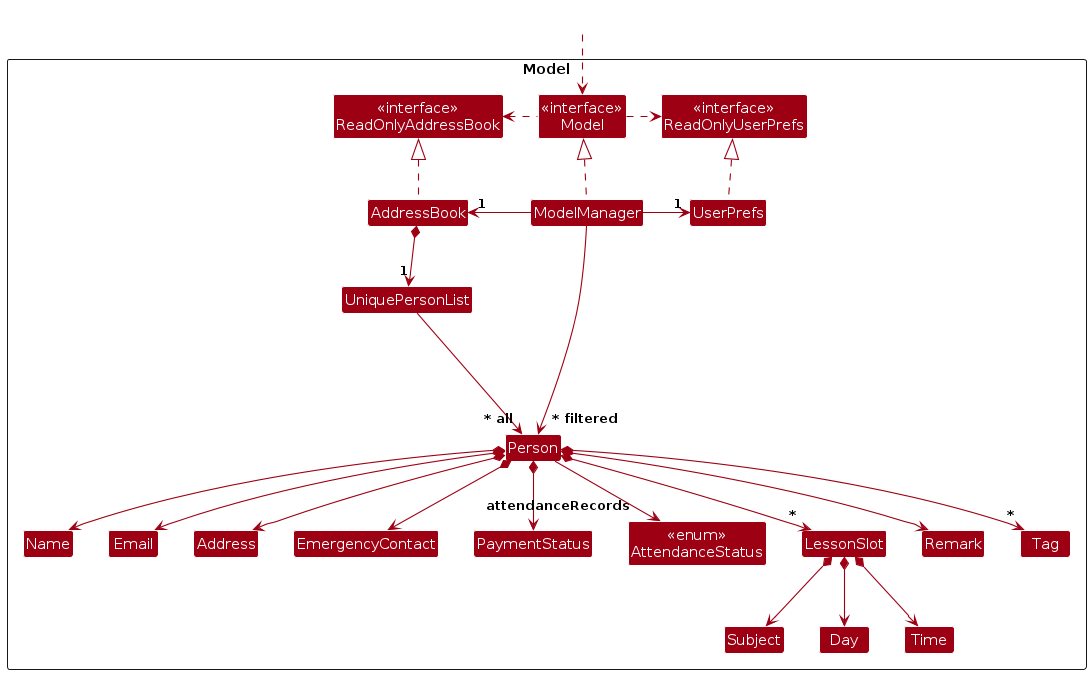
Before: diagrams/ModelClassDiagram.png, a diagram exported from PlantUML (AY2526S2-CS2103T-T09-2/tp). Its source is kept beside it as diagrams/ModelClassDiagram.puml.
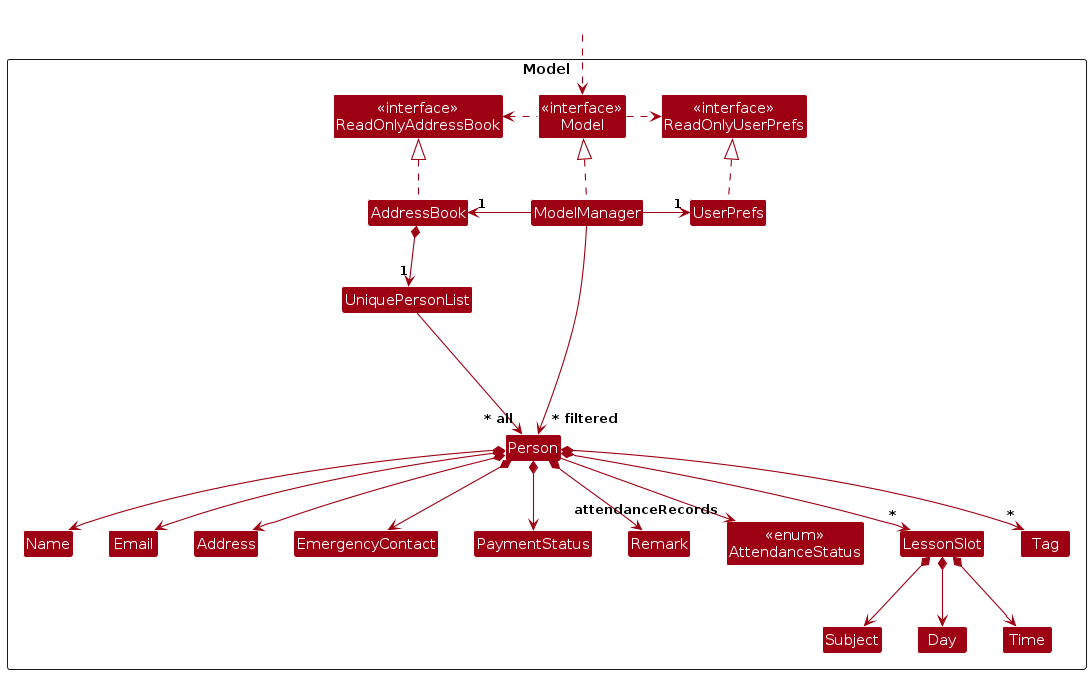
The same diagram one commit later.

The edit, as a diff of the source:
```diff
@@ -64,7 +64,8 @@
 Email -[hidden]right-> Address
 Address -[hidden]right-> EmergencyContact
 EmergencyContact -[hidden]right-> PaymentStatus
-PaymentStatus -[hidden]right-> AttendanceStatus
+PaymentStatus -[hidden]right-> Remark
+Remark -[hidden]right-> AttendanceStatus
 
 ModelManager --> "~* filtered" Person
 @enduml
```
